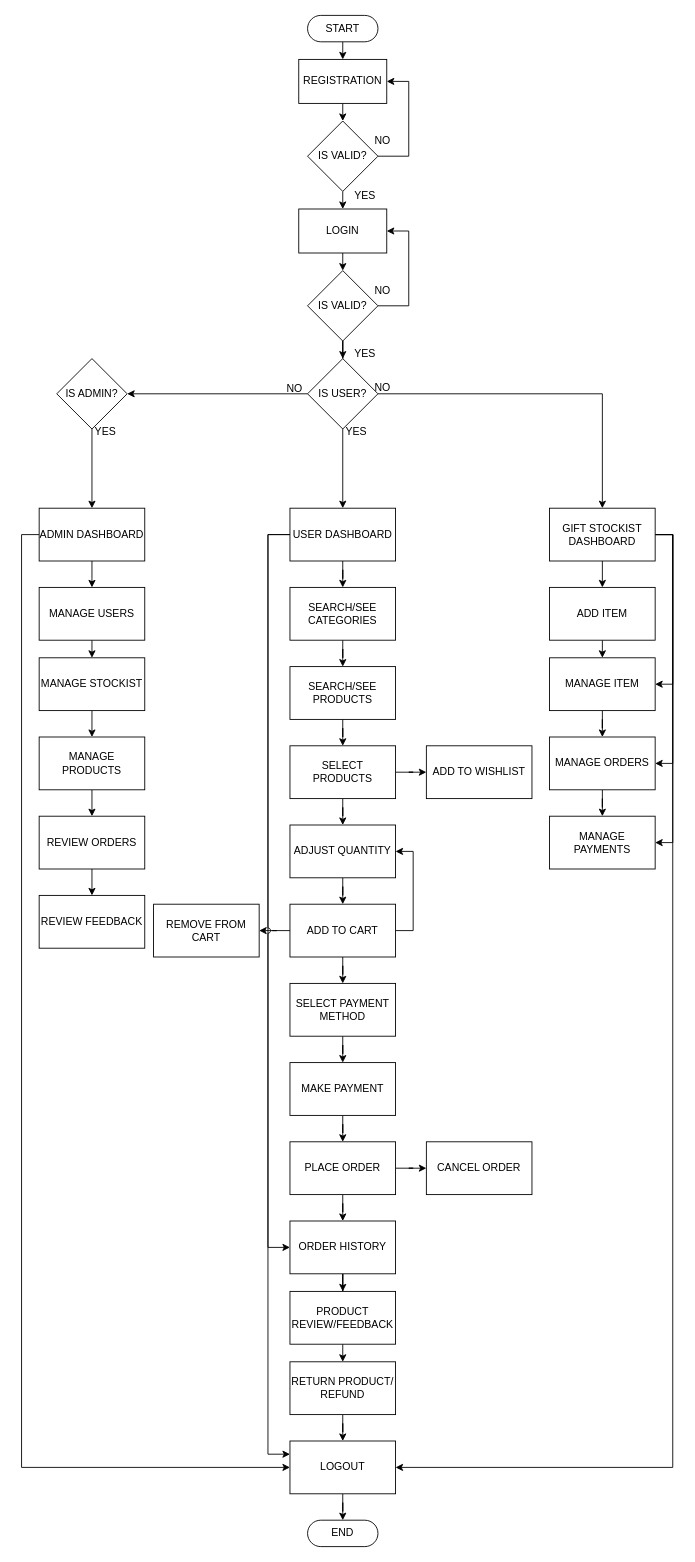
The draw.io diagram page "Flow Chart" (1 of 8) of Usecase userside.drawio in panchalbhavya2210/gift_documentation, before the edit. Source tidied: cells renumbered, new cells numbered last; positions are measured from the earlier drawing's top-left corner, leaving out a move shared by most shapes. Both pictures are drawn from the tidied source at 88%, with x=0, y=0 at pixel (39, 15).
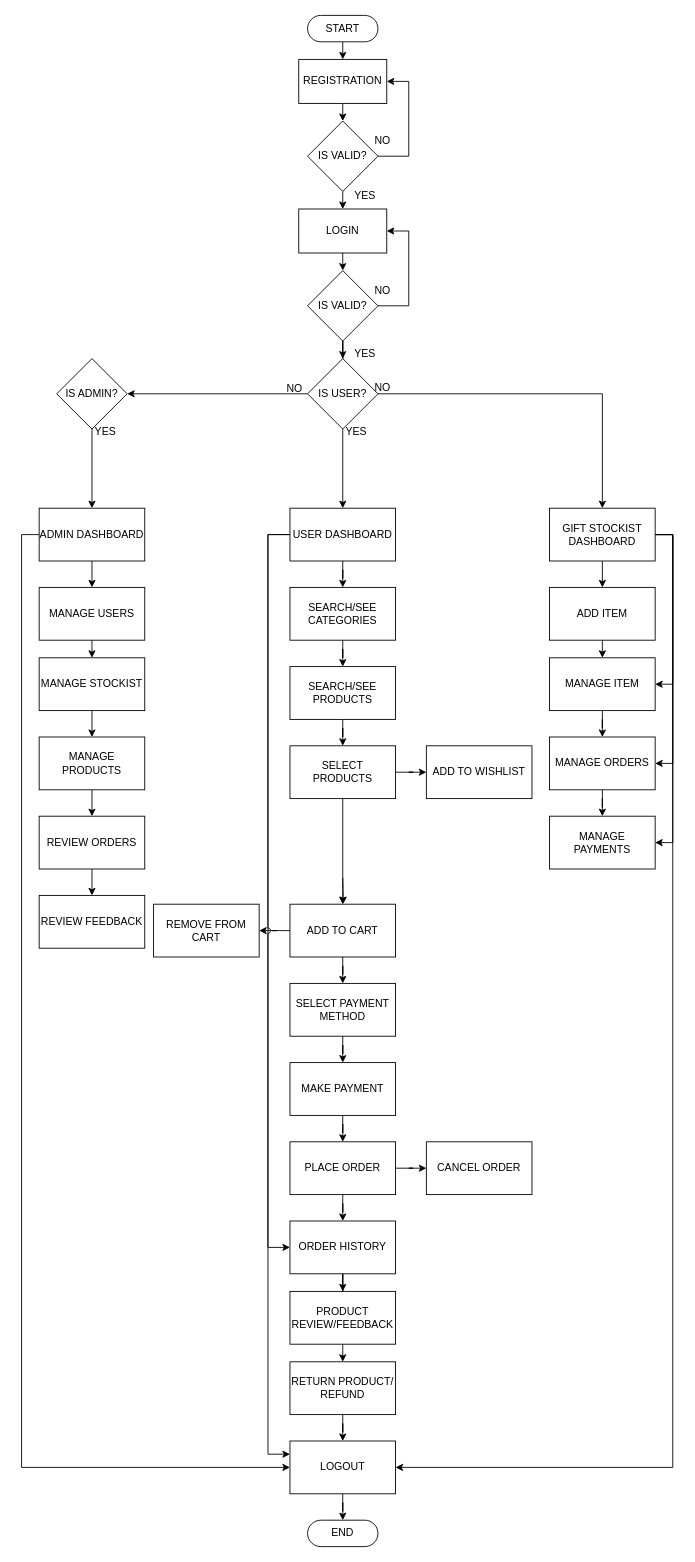
The same diagram, later.

Unchanged cells that the change refers to:
```xml
<mxCell id="46" value="SELECT&lt;br&gt;PRODUCTS" style="whiteSpace=wrap;html=1;" parent="1" vertex="1">
  <mxGeometry x="285" y="830" width="120" height="60" as="geometry" />
</mxCell>
<mxCell id="52" value="ADD TO CART" style="whiteSpace=wrap;html=1;" parent="1" vertex="1">
  <mxGeometry x="285" y="1010" width="120" height="60" as="geometry" />
</mxCell>
```

Diff of the diagram source:
```diff
@@
-    <mxCell id="44" style="edgeStyle=orthogonalEdgeStyle;rounded=0;jettySize=auto;html=1;" parent="1" edge="1" source="46" target="48">
+    <mxCell id="44" style="edgeStyle=orthogonalEdgeStyle;rounded=0;jettySize=auto;html=1;entryX=0.5;entryY=0;entryDx=0;entryDy=0;" parent="1" edge="1" source="46" target="52">
       <mxGeometry relative="1" as="geometry" />
     </mxCell>
@@
-    <mxCell id="47" style="edgeStyle=orthogonalEdgeStyle;rounded=0;jettySize=auto;html=1;" parent="1" edge="1" source="48" target="52">
-      <mxGeometry relative="1" as="geometry" />
+    <mxCell id="47" style="edgeStyle=orthogonalEdgeStyle;rounded=0;jettySize=auto;html=1;" parent="1" edge="1" target="52">
+      <mxGeometry relative="1" as="geometry">
+        <mxPoint x="345" y="980" as="sourcePoint" />
+      </mxGeometry>
     </mxCell>
-    <mxCell id="48" value="ADJUST QUANTITY" style="whiteSpace=wrap;html=1;" parent="1" vertex="1">
-      <mxGeometry x="285" y="920" width="120" height="60" as="geometry" />
-    </mxCell>
-    <mxCell id="49" style="edgeStyle=orthogonalEdgeStyle;rounded=0;jettySize=auto;html=1;exitX=1;exitY=0.5;exitDx=0;exitDy=0;entryX=1;entryY=0.5;entryDx=0;entryDy=0;jumpStyle=arc;" parent="1" edge="1" source="52" target="48">
-      <mxGeometry relative="1" as="geometry" />
-    </mxCell>
```
